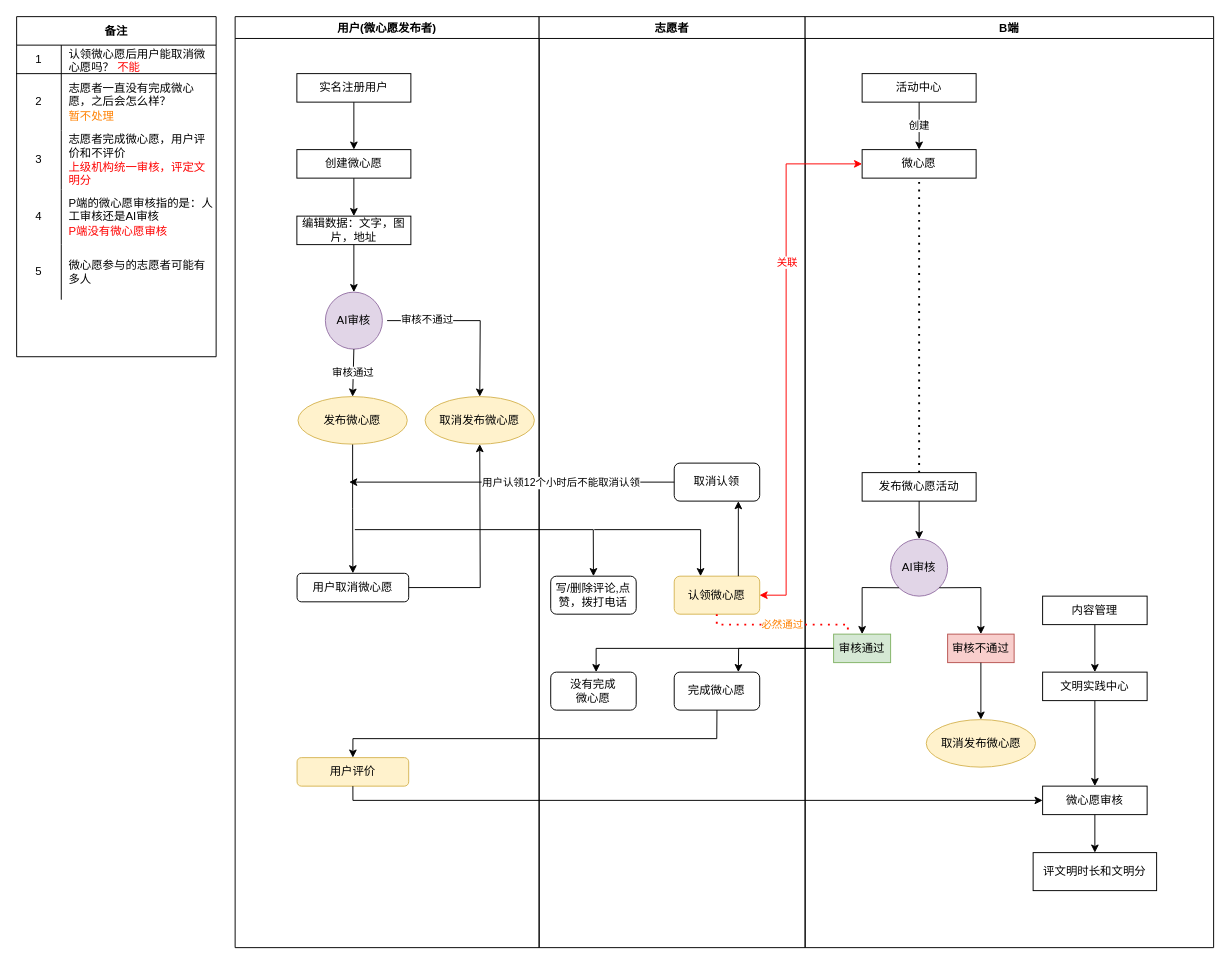
Before: 微心愿改版.drawio in KZ137onethe/hello-world, a draw.io diagram. Source tidied: cells renumbered, new cells numbered last; positions are measured from the earlier drawing's top-left corner, leaving out a move shared by most shapes. Both pictures are drawn from the tidied source at 95%, with x=0, y=0 at pixel (16, 16).
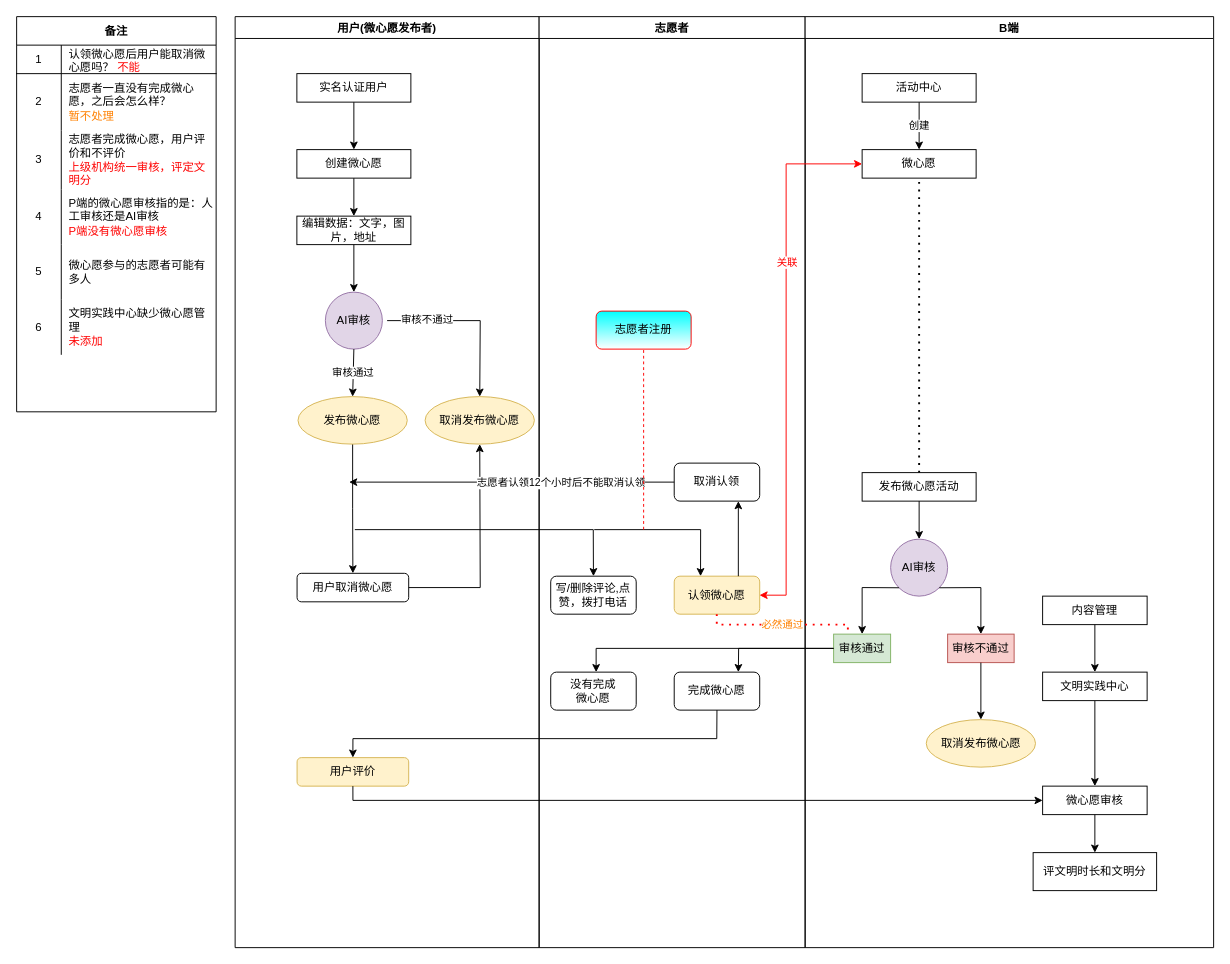
The same diagram, later.

Commit message:
微心愿改版.drawio

The change refers to these unchanged cells:
```xml
<mxCell id="2" value="用户(微心愿发布者)" style="swimlane;" parent="1" vertex="1">
  <mxGeometry x="230" width="320" height="980" as="geometry" />
</mxCell>
<mxCell id="44" style="endArrow=classic;html=1;rounded=0;fontColor=#000000;strokeColor=#000000;exitX=0;exitY=0.5;exitDx=0;exitDy=0;" parent="1" edge="1" source="20">
  <mxGeometry relative="1" as="geometry">
    <mxPoint x="350" y="490" as="targetPoint" />
  </mxGeometry>
</mxCell>
```

Diff of the diagram source:
```diff
@@
-    <mxCell id="4" value="实名注册用户" style="rounded=0;whiteSpace=wrap;html=1;" parent="2" vertex="1">
+    <mxCell id="4" value="实名认证用户" style="rounded=0;whiteSpace=wrap;html=1;" parent="2" vertex="1">
       <mxGeometry x="65" y="60" width="120" height="30" as="geometry" />
     </mxCell>
@@
-    <mxCell id="17" value="志愿者" style="swimlane;" parent="1" vertex="1">
+    <mxCell id="17" value="志愿者" style="swimlane;fillColor=#FFFFFF;" parent="1" vertex="1">
       <mxGeometry x="550" width="280" height="980" as="geometry" />
     </mxCell>
@@
+    <mxCell id="74" value="志愿者注册" style="rounded=1;whiteSpace=wrap;html=1;gradientColor=#ffffff;strokeColor=#FF0000;fillColor=#00FFFF;" parent="17" vertex="1">
+      <mxGeometry x="60" y="310" width="100" height="40" as="geometry" />
+    </mxCell>
@@
-    <mxCell id="45" value="用户认领12个小时后不能取消认领" style="edgeLabel;html=1;align=center;verticalAlign=middle;fontColor=#000000;" parent="44" vertex="1">
+    <mxCell id="45" value="志愿者认领12个小时后不能取消认领" style="edgeLabel;html=1;align=center;verticalAlign=middle;fontColor=#000000;" parent="44" vertex="1">
       <mxGeometry x="-0.3" relative="1" as="geometry" />
     </mxCell>
@@
     <mxCell id="54" value="备注" style="shape=table;startSize=30;childLayout=tableLayout;rowLines=0;fontStyle=1;align=center;" parent="1" vertex="1">
-      <mxGeometry width="210" height="358" as="geometry" />
+      <mxGeometry width="210" height="416" as="geometry" />
     </mxCell>
@@
+    <mxCell id="75" style="shape=partialRectangle;html=1;whiteSpace=wrap;fillColor=none;top=0;left=0;bottom=0;right=0;" parent="54" vertex="1">
+      <mxGeometry y="298" width="210" height="58" as="geometry" />
+    </mxCell>
+    <mxCell id="76" value="6" style="shape=partialRectangle;html=1;whiteSpace=wrap;fillColor=none;top=0;left=0;bottom=0;right=0;overflow=hidden;" parent="75" vertex="1">
+      <mxGeometry width="47" height="58" as="geometry" />
+    </mxCell>
+    <mxCell id="77" value="文明实践中心缺少微心愿管理&lt;br&gt;&lt;font color=&quot;#ff0000&quot;&gt;未添加&lt;/font&gt;" style="shape=partialRectangle;html=1;whiteSpace=wrap;fillColor=none;top=0;left=0;bottom=0;right=0;align=left;spacingLeft=6;overflow=hidden;" parent="75" vertex="1">
+      <mxGeometry x="47" width="163" height="58" as="geometry" />
+    </mxCell>
@@
+    <mxCell id="78" style="endArrow=none;dashed=1;html=1;rounded=0;entryX=0.5;entryY=1;entryDx=0;entryDy=0;strokeColor=#FF0000;" parent="1" edge="1" target="74">
+      <mxGeometry relative="1" as="geometry">
+        <mxPoint x="660" y="540" as="sourcePoint" />
+      </mxGeometry>
+    </mxCell>
```
